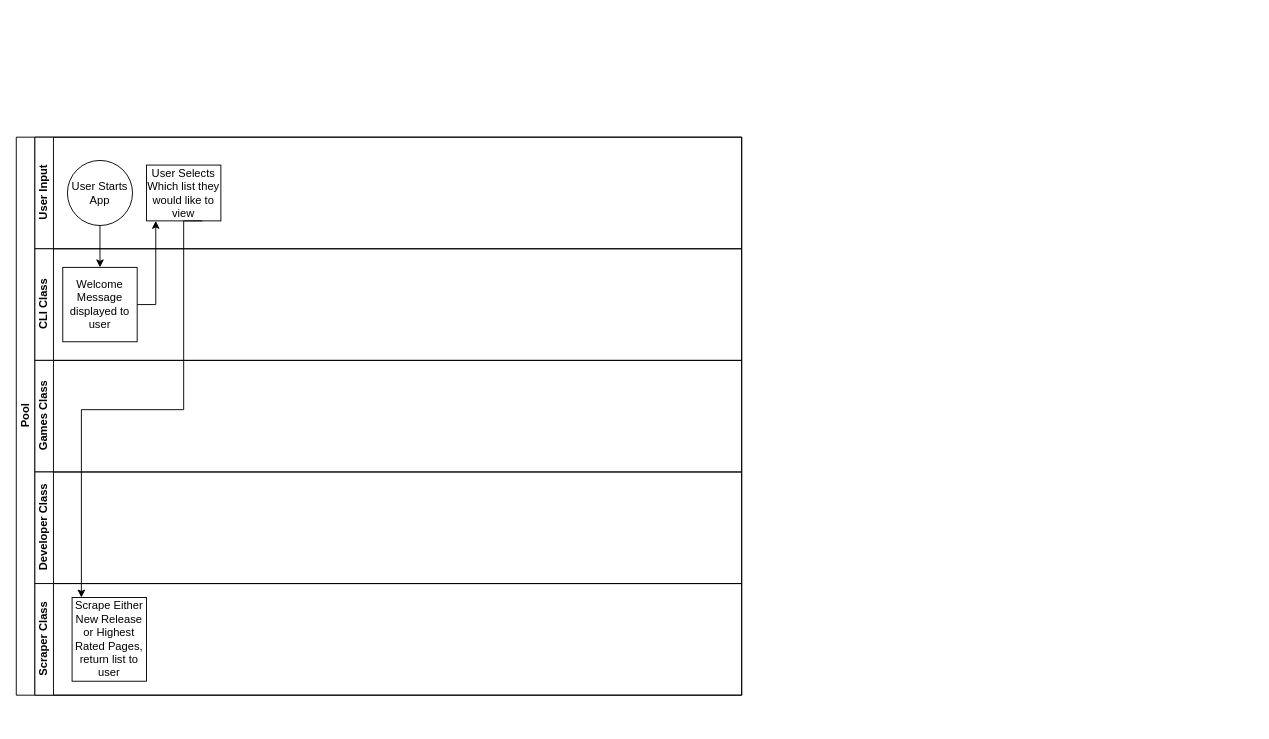
Before: SteamRoller_Outline.drawio in kingsley113/Cams-super-awesome-repository, a draw.io diagram. Source tidied: cells renumbered, new cells numbered last; positions are measured from the earlier drawing's top-left corner, leaving out a move shared by most shapes. Both pictures are drawn from the tidied source at 93%, with x=0, y=0 at pixel (16, 137).
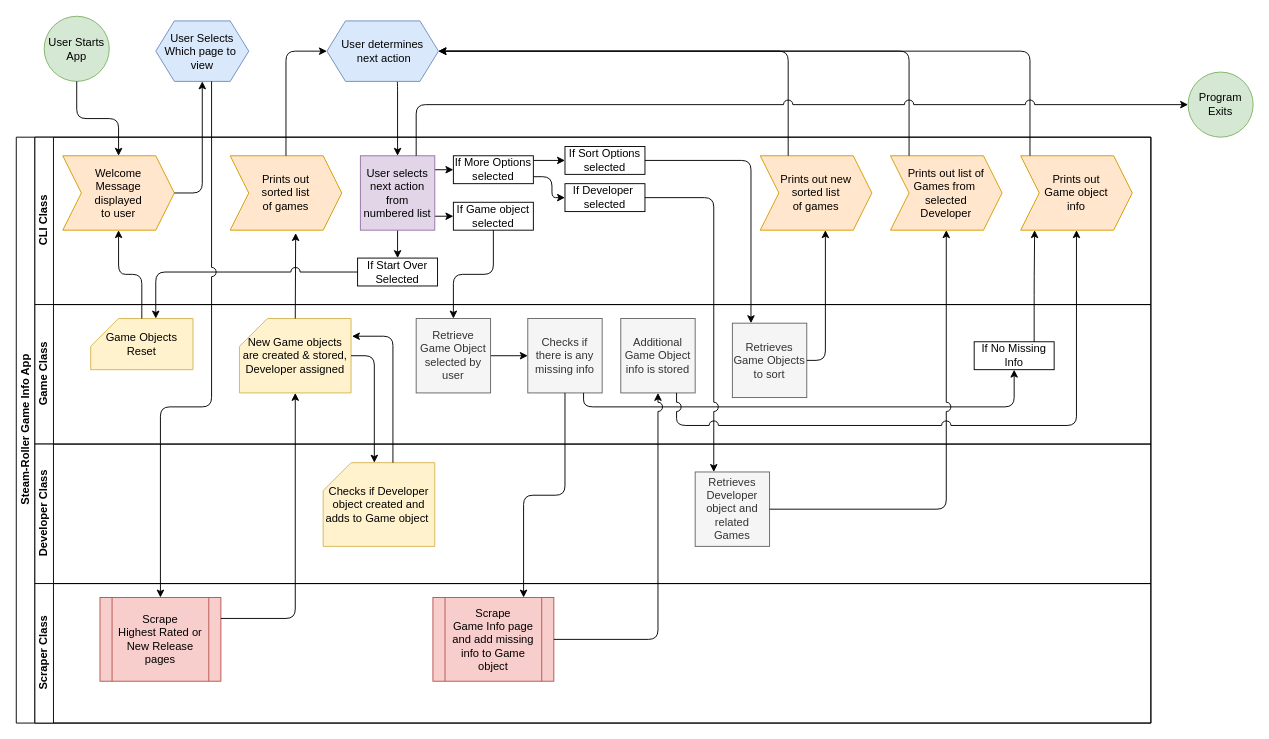
After the change.

Change to the diagram source:
```diff
@@
-    <mxCell id="2" value="Pool" style="swimlane;html=1;horizontal=0;startSize=20;" parent="1" vertex="1">
-      <mxGeometry width="780" height="600" as="geometry" />
+    <mxCell id="2" value="Steam-Roller Game Info App" style="swimlane;html=1;horizontal=0;startSize=20;" parent="1" vertex="1">
+      <mxGeometry width="1220" height="630" as="geometry" />
     </mxCell>
-    <mxCell id="3" value="User Input" style="swimlane;html=1;startSize=20;horizontal=0;" parent="2" vertex="1">
-      <mxGeometry x="20" width="760" height="120" as="geometry" />
-    </mxCell>
-    <mxCell id="4" value="User Starts App" style="ellipse;whiteSpace=wrap;html=1;" parent="3" vertex="1">
-      <mxGeometry x="35" y="25" width="70" height="70" as="geometry" />
-    </mxCell>
-    <mxCell id="5" value="User Selects Which list they would like to view" style="rounded=0;whiteSpace=wrap;html=1;fontFamily=Helvetica;fontSize=12;fontColor=#000000;align=center;" parent="3" vertex="1">
-      <mxGeometry x="120" y="30" width="80" height="60" as="geometry" />
-    </mxCell>
-    <mxCell id="6" value="CLI Class" style="swimlane;html=1;startSize=20;horizontal=0;" parent="2" vertex="1">
-      <mxGeometry x="20" y="120" width="760" height="120" as="geometry" />
+    <mxCell id="6" value="CLI Class" style="swimlane;html=1;startSize=20;horizontal=0;perimeterSpacing=1;glass=0;" parent="2" vertex="1">
+      <mxGeometry x="20" width="1200" height="180" as="geometry" />
     </mxCell>
-    <mxCell id="7" value="Welcome Message displayed to user" style="whiteSpace=wrap;html=1;" parent="6" vertex="1">
-      <mxGeometry x="30" y="20" width="80" height="80" as="geometry" />
+    <mxCell id="7" value="Welcome &lt;br&gt;Message &lt;br&gt;displayed &lt;br&gt;to user" style="shape=step;perimeter=stepPerimeter;whiteSpace=wrap;html=1;fixedSize=1;fontFamily=Helvetica;fontSize=12;fontColor=#000000;align=center;strokeColor=#d79b00;fillColor=#ffe6cc;" parent="6" vertex="1">
+      <mxGeometry x="30" y="20" width="120" height="80" as="geometry" />
     </mxCell>
+    <mxCell id="15" value="Prints out &lt;br&gt;sorted list &lt;br&gt;of games" style="shape=step;perimeter=stepPerimeter;whiteSpace=wrap;html=1;fixedSize=1;glass=0;fillColor=#ffe6cc;strokeColor=#d79b00;" parent="6" vertex="1">
+      <mxGeometry x="210" y="20" width="120" height="80" as="geometry" />
+    </mxCell>
+    <mxCell id="16" style="edgeStyle=orthogonalEdgeStyle;jettySize=auto;html=1;entryX=0;entryY=0.5;entryDx=0;entryDy=0;" parent="6" edge="1" target="22">
+      <mxGeometry relative="1" as="geometry">
+        <mxPoint x="430" y="35" as="sourcePoint" />
+        <Array as="points">
+          <mxPoint x="430" y="35" />
+        </Array>
+      </mxGeometry>
+    </mxCell>
+    <mxCell id="17" style="edgeStyle=orthogonalEdgeStyle;jettySize=auto;html=1;entryX=0;entryY=0.5;entryDx=0;entryDy=0;" parent="6" edge="1" target="23">
+      <mxGeometry relative="1" as="geometry">
+        <mxPoint x="430" y="85" as="sourcePoint" />
+        <Array as="points">
+          <mxPoint x="430" y="85" />
+        </Array>
+      </mxGeometry>
+    </mxCell>
+    <mxCell id="18" style="edgeStyle=orthogonalEdgeStyle;rounded=1;sketch=0;jumpStyle=arc;jumpSize=10;jettySize=auto;html=1;exitX=0.5;exitY=1;exitDx=0;exitDy=0;entryX=0.5;entryY=0;entryDx=0;entryDy=0;shadow=0;" parent="6" edge="1" source="19" target="29">
+      <mxGeometry relative="1" as="geometry" />
+    </mxCell>
+    <mxCell id="19" value="User selects next action from numbered list" style="whiteSpace=wrap;html=1;glass=0;fillColor=#e1d5e7;strokeColor=#9673a6;" parent="6" vertex="1">
+      <mxGeometry x="350" y="20" width="80" height="80" as="geometry" />
+    </mxCell>
+    <mxCell id="20" style="edgeStyle=orthogonalEdgeStyle;jettySize=auto;html=1;entryX=0;entryY=0.5;entryDx=0;entryDy=0;" parent="6" edge="1" target="24">
+      <mxGeometry relative="1" as="geometry">
+        <mxPoint x="536" y="25" as="sourcePoint" />
+        <Array as="points">
+          <mxPoint x="536" y="25" />
+        </Array>
+      </mxGeometry>
+    </mxCell>
+    <mxCell id="21" style="edgeStyle=orthogonalEdgeStyle;jettySize=auto;html=1;exitX=1;exitY=0.75;exitDx=0;exitDy=0;entryX=0;entryY=0.5;entryDx=0;entryDy=0;" parent="6" edge="1" source="22" target="25">
+      <mxGeometry relative="1" as="geometry" />
+    </mxCell>
+    <mxCell id="22" value="If More Options&lt;br&gt;selected" style="whiteSpace=wrap;html=1;fontFamily=Helvetica;fontSize=12;align=center;" parent="6" vertex="1">
+      <mxGeometry x="450" y="20" width="86" height="30" as="geometry" />
+    </mxCell>
+    <mxCell id="23" value="If Game object selected" style="whiteSpace=wrap;html=1;fontFamily=Helvetica;fontSize=12;align=center;" parent="6" vertex="1">
+      <mxGeometry x="450" y="70" width="86" height="30" as="geometry" />
+    </mxCell>
+    <mxCell id="24" value="If Sort Options&lt;br&gt;selected" style="whiteSpace=wrap;html=1;fontFamily=Helvetica;fontSize=12;align=center;" parent="6" vertex="1">
+      <mxGeometry x="570" y="10" width="86" height="30" as="geometry" />
+    </mxCell>
+    <mxCell id="25" value="If Developer&amp;nbsp;&lt;br&gt;selected" style="whiteSpace=wrap;html=1;fontFamily=Helvetica;fontSize=12;align=center;" parent="6" vertex="1">
+      <mxGeometry x="570" y="50" width="86" height="30" as="geometry" />
+    </mxCell>
+    <mxCell id="26" value="Prints out new &lt;br&gt;sorted list &lt;br&gt;of games" style="shape=step;perimeter=stepPerimeter;whiteSpace=wrap;html=1;fixedSize=1;glass=0;fillColor=#ffe6cc;strokeColor=#d79b00;" parent="6" vertex="1">
+      <mxGeometry x="780" y="20" width="120" height="80" as="geometry" />
+    </mxCell>
+    <mxCell id="27" value="Prints out list of Games from&amp;nbsp;&lt;br&gt;selected &lt;br&gt;Developer" style="shape=step;perimeter=stepPerimeter;whiteSpace=wrap;html=1;fixedSize=1;glass=0;fillColor=#ffe6cc;strokeColor=#d79b00;" parent="6" vertex="1">
+      <mxGeometry x="920" y="20" width="120" height="80" as="geometry" />
+    </mxCell>
+    <mxCell id="28" value="Prints out &lt;br&gt;Game object &lt;br&gt;info" style="shape=step;perimeter=stepPerimeter;whiteSpace=wrap;html=1;fixedSize=1;glass=0;fillColor=#ffe6cc;strokeColor=#d79b00;" parent="6" vertex="1">
+      <mxGeometry x="1060" y="20" width="120" height="80" as="geometry" />
+    </mxCell>
+    <mxCell id="29" value="If Start Over Selected" style="whiteSpace=wrap;html=1;fontFamily=Helvetica;fontSize=12;align=center;" parent="6" vertex="1">
+      <mxGeometry x="347" y="130" width="86" height="30" as="geometry" />
+    </mxCell>
-    <mxCell id="8" value="Games Class" style="swimlane;html=1;startSize=20;horizontal=0;" parent="2" vertex="1">
-      <mxGeometry x="20" y="240" width="760" height="120" as="geometry" />
+    <mxCell id="8" value="Game Class" style="swimlane;html=1;startSize=20;horizontal=0;glass=0;" parent="2" vertex="1">
+      <mxGeometry x="20" y="180" width="1200" height="150" as="geometry" />
     </mxCell>
+    <mxCell id="30" value="New Game objects are created &amp;amp; stored, Developer assigned" style="shape=card;whiteSpace=wrap;html=1;glass=0;fillColor=#fff2cc;strokeColor=#d6b656;" parent="8" vertex="1">
+      <mxGeometry x="220" y="15" width="120" height="80" as="geometry" />
+    </mxCell>
+    <mxCell id="31" style="edgeStyle=orthogonalEdgeStyle;jettySize=auto;html=1;entryX=0;entryY=0.5;entryDx=0;entryDy=0;" parent="8" edge="1" source="32" target="35">
+      <mxGeometry relative="1" as="geometry" />
+    </mxCell>
+    <mxCell id="32" value="Retrieve Game Object selected by user" style="whiteSpace=wrap;html=1;glass=0;fillColor=#f5f5f5;strokeColor=#666666;fontColor=#333333;" parent="8" vertex="1">
+      <mxGeometry x="410" y="15" width="80" height="80" as="geometry" />
+    </mxCell>
+    <mxCell id="33" value="Additional Game Object info is stored" style="whiteSpace=wrap;html=1;glass=0;fillColor=#f5f5f5;strokeColor=#666666;fontColor=#333333;" parent="8" vertex="1">
+      <mxGeometry x="630" y="15" width="80" height="80" as="geometry" />
+    </mxCell>
+    <mxCell id="34" value="Retrieves Game Objects to sort" style="whiteSpace=wrap;html=1;glass=0;fillColor=#f5f5f5;strokeColor=#666666;fontColor=#333333;" parent="8" vertex="1">
+      <mxGeometry x="750" y="20" width="80" height="80" as="geometry" />
+    </mxCell>
+    <mxCell id="35" value="Checks if there is any missing info" style="whiteSpace=wrap;html=1;glass=0;fillColor=#f5f5f5;strokeColor=#666666;fontColor=#333333;" parent="8" vertex="1">
+      <mxGeometry x="530" y="15" width="80" height="80" as="geometry" />
+    </mxCell>
+    <mxCell id="36" value="If No Missing Info" style="whiteSpace=wrap;html=1;fontFamily=Helvetica;fontSize=12;align=center;" parent="8" vertex="1">
+      <mxGeometry x="1010" y="40" width="86" height="30" as="geometry" />
+    </mxCell>
+    <mxCell id="37" style="edgeStyle=orthogonalEdgeStyle;jettySize=auto;html=1;exitX=0.75;exitY=1;exitDx=0;exitDy=0;entryX=0.5;entryY=1;entryDx=0;entryDy=0;jumpStyle=arc;jumpSize=10;shadow=0;sketch=0;" parent="8" edge="1" source="35" target="36">
+      <mxGeometry relative="1" as="geometry">
+        <Array as="points">
+          <mxPoint x="590" y="110" />
+          <mxPoint x="1053" y="110" />
+        </Array>
+      </mxGeometry>
+    </mxCell>
+    <mxCell id="38" value="Game Objects Reset" style="shape=card;whiteSpace=wrap;html=1;rounded=0;glass=0;sketch=0;fillColor=#fff2cc;strokeColor=#d6b656;" parent="8" vertex="1">
+      <mxGeometry x="60" y="15" width="110" height="55" as="geometry" />
+    </mxCell>
     <mxCell id="9" value="Developer Class" style="swimlane;html=1;startSize=20;horizontal=0;" parent="2" vertex="1">
-      <mxGeometry x="20" y="360" width="760" height="120" as="geometry" />
+      <mxGeometry x="20" y="330" width="1200" height="150" as="geometry" />
     </mxCell>
+    <mxCell id="39" value="Checks if Developer object created and adds to Game object&amp;nbsp;" style="shape=card;whiteSpace=wrap;html=1;glass=0;fillColor=#fff2cc;strokeColor=#d6b656;" parent="9" vertex="1">
+      <mxGeometry x="310" y="20" width="120" height="90" as="geometry" />
+    </mxCell>
+    <mxCell id="40" value="Retrieves Developer object and related Games" style="whiteSpace=wrap;html=1;glass=0;fillColor=#f5f5f5;strokeColor=#666666;fontColor=#333333;" parent="9" vertex="1">
+      <mxGeometry x="710" y="30" width="80" height="80" as="geometry" />
+    </mxCell>
     <mxCell id="10" value="Scraper Class" style="swimlane;html=1;startSize=20;horizontal=0;" parent="2" vertex="1">
-      <mxGeometry x="20" y="480" width="760" height="120" as="geometry" />
+      <mxGeometry x="20" y="480" width="1200" height="150" as="geometry" />
     </mxCell>
-    <mxCell id="11" value="Scrape Either New Release or Highest Rated Pages, return list to user" style="rounded=0;whiteSpace=wrap;html=1;fontFamily=Helvetica;fontSize=12;fontColor=#000000;align=center;" parent="10" vertex="1">
-      <mxGeometry x="40" y="15" width="80" height="90" as="geometry" />
+    <mxCell id="11" value="Scrape &lt;br&gt;Highest Rated or &lt;br&gt;New Release pages" style="shape=process;whiteSpace=wrap;html=1;backgroundOutline=1;fontFamily=Helvetica;fontSize=12;align=center;fillColor=#f8cecc;strokeColor=#b85450;" parent="10" vertex="1">
+      <mxGeometry x="70" y="15" width="130" height="90" as="geometry" />
     </mxCell>
+    <mxCell id="41" value="Scrape &lt;br&gt;Game Info page and add missing info to Game object" style="shape=process;whiteSpace=wrap;html=1;backgroundOutline=1;fontFamily=Helvetica;fontSize=12;align=center;fillColor=#f8cecc;strokeColor=#b85450;" parent="10" vertex="1">
+      <mxGeometry x="428" y="15" width="130" height="90" as="geometry" />
+    </mxCell>
+    <mxCell id="42" style="edgeStyle=orthogonalEdgeStyle;jettySize=auto;html=1;exitX=1;exitY=0.25;exitDx=0;exitDy=0;" parent="2" edge="1" source="11" target="30">
+      <mxGeometry relative="1" as="geometry" />
+    </mxCell>
+    <mxCell id="43" style="edgeStyle=orthogonalEdgeStyle;jettySize=auto;html=1;exitX=1;exitY=0.5;exitDx=0;exitDy=0;exitPerimeter=0;entryX=0;entryY=0;entryDx=55;entryDy=0;entryPerimeter=0;" parent="2" edge="1" source="30" target="39">
+      <mxGeometry relative="1" as="geometry" />
+    </mxCell>
+    <mxCell id="44" style="edgeStyle=orthogonalEdgeStyle;jettySize=auto;html=1;exitX=0;exitY=0;exitDx=75;exitDy=0;exitPerimeter=0;entryX=1.008;entryY=0.238;entryDx=0;entryDy=0;entryPerimeter=0;" parent="2" edge="1" source="39" target="30">
+      <mxGeometry relative="1" as="geometry" />
+    </mxCell>
+    <mxCell id="45" style="edgeStyle=orthogonalEdgeStyle;jettySize=auto;html=1;exitX=1;exitY=0.5;exitDx=0;exitDy=0;jumpStyle=arc;jumpSize=10;" parent="2" edge="1" source="41" target="33">
+      <mxGeometry relative="1" as="geometry" />
+    </mxCell>
+    <mxCell id="46" style="edgeStyle=orthogonalEdgeStyle;jettySize=auto;html=1;entryX=0.25;entryY=0;entryDx=0;entryDy=0;exitX=1;exitY=0.5;exitDx=0;exitDy=0;jumpStyle=arc;jumpSize=10;" parent="2" edge="1" source="25" target="40">
+      <mxGeometry relative="1" as="geometry" />
+    </mxCell>
+    <mxCell id="47" style="edgeStyle=orthogonalEdgeStyle;jettySize=auto;html=1;entryX=0.25;entryY=0;entryDx=0;entryDy=0;" parent="2" edge="1" source="24" target="34">
+      <mxGeometry relative="1" as="geometry" />
+    </mxCell>
+    <mxCell id="48" style="edgeStyle=orthogonalEdgeStyle;jettySize=auto;html=1;exitX=1;exitY=0.5;exitDx=0;exitDy=0;rounded=1;" parent="2" edge="1" source="34">
+      <mxGeometry relative="1" as="geometry">
+        <mxPoint x="870" y="100" as="targetPoint" />
+        <Array as="points">
+          <mxPoint x="870" y="240" />
+        </Array>
+      </mxGeometry>
+    </mxCell>
+    <mxCell id="49" style="edgeStyle=orthogonalEdgeStyle;jettySize=auto;html=1;entryX=0.5;entryY=1;entryDx=0;entryDy=0;jumpStyle=arc;jumpSize=10;" parent="2" edge="1" source="40" target="27">
+      <mxGeometry relative="1" as="geometry" />
+    </mxCell>
+    <mxCell id="50" style="edgeStyle=orthogonalEdgeStyle;jettySize=auto;html=1;exitX=0.75;exitY=1;exitDx=0;exitDy=0;entryX=0.5;entryY=1;entryDx=0;entryDy=0;jumpStyle=arc;jumpSize=10;" parent="2" edge="1" source="33" target="28">
+      <mxGeometry relative="1" as="geometry">
+        <Array as="points">
+          <mxPoint x="710" y="310" />
+          <mxPoint x="1140" y="310" />
+        </Array>
+      </mxGeometry>
+    </mxCell>
+    <mxCell id="51" style="edgeStyle=orthogonalEdgeStyle;jettySize=auto;html=1;entryX=0.75;entryY=0;entryDx=0;entryDy=0;" parent="2" edge="1" source="35" target="41">
+      <mxGeometry relative="1" as="geometry" />
+    </mxCell>
+    <mxCell id="52" style="edgeStyle=orthogonalEdgeStyle;curved=0;rounded=1;sketch=0;jettySize=auto;html=1;exitX=0.75;exitY=0;exitDx=0;exitDy=0;entryX=0.125;entryY=1;entryDx=0;entryDy=0;entryPerimeter=0;" parent="2" edge="1" source="36" target="28">
+      <mxGeometry relative="1" as="geometry" />
+    </mxCell>
+    <mxCell id="53" style="edgeStyle=orthogonalEdgeStyle;rounded=1;sketch=0;jumpStyle=arc;jumpSize=10;jettySize=auto;html=1;entryX=0.587;entryY=1.039;entryDx=0;entryDy=0;entryPerimeter=0;shadow=0;" parent="2" edge="1" source="30" target="15">
+      <mxGeometry relative="1" as="geometry" />
+    </mxCell>
+    <mxCell id="54" style="edgeStyle=orthogonalEdgeStyle;rounded=1;sketch=0;jumpStyle=arc;jumpSize=10;jettySize=auto;html=1;entryX=0.5;entryY=0;entryDx=0;entryDy=0;shadow=0;" parent="2" edge="1" source="23" target="32">
+      <mxGeometry relative="1" as="geometry" />
+    </mxCell>
+    <mxCell id="55" style="edgeStyle=orthogonalEdgeStyle;rounded=1;sketch=0;jumpStyle=arc;jumpSize=10;jettySize=auto;html=1;entryX=0;entryY=0;entryDx=70;entryDy=0;entryPerimeter=0;shadow=0;" parent="2" edge="1" source="29" target="38">
+      <mxGeometry relative="1" as="geometry" />
+    </mxCell>
+    <mxCell id="56" style="edgeStyle=orthogonalEdgeStyle;rounded=1;sketch=0;jumpStyle=arc;jumpSize=10;jettySize=auto;html=1;entryX=0.5;entryY=1;entryDx=0;entryDy=0;shadow=0;" parent="2" edge="1" source="38" target="7">
+      <mxGeometry relative="1" as="geometry" />
+    </mxCell>
+    <mxCell id="4" value="User Starts App" style="ellipse;whiteSpace=wrap;html=1;fillColor=#d5e8d4;strokeColor=#82b366;" parent="1" vertex="1">
+      <mxGeometry x="30" y="-130" width="70" height="70" as="geometry" />
+    </mxCell>
-    <mxCell id="12" style="edgeStyle=orthogonalEdgeStyle;rounded=0;jettySize=auto;html=1;entryX=0.5;entryY=0;entryDx=0;entryDy=0;" parent="2" edge="1" source="4" target="7">
+    <mxCell id="12" style="edgeStyle=orthogonalEdgeStyle;jettySize=auto;html=1;entryX=0.5;entryY=0;entryDx=0;entryDy=0;" parent="1" edge="1" source="4" target="7">
       <mxGeometry relative="1" as="geometry" />
     </mxCell>
+    <mxCell id="5" value="User Selects Which page to&amp;nbsp;&lt;br&gt;view" style="shape=hexagon;perimeter=hexagonPerimeter2;whiteSpace=wrap;html=1;fixedSize=1;fontFamily=Helvetica;fontSize=12;align=center;spacingRight=0;fillColor=#dae8fc;strokeColor=#6c8ebf;" parent="1" vertex="1">
+      <mxGeometry x="150" y="-125" width="100" height="65" as="geometry" />
+    </mxCell>
-    <mxCell id="13" style="edgeStyle=orthogonalEdgeStyle;rounded=0;jettySize=auto;html=1;" parent="2" edge="1" source="7">
+    <mxCell id="13" style="edgeStyle=orthogonalEdgeStyle;jettySize=auto;html=1;exitX=1;exitY=0.5;exitDx=0;exitDy=0;" parent="1" edge="1" source="7">
       <mxGeometry relative="1" as="geometry">
-        <mxPoint x="150" y="90" as="targetPoint" />
+        <mxPoint x="200" y="-60" as="targetPoint" />
         <Array as="points">
-          <mxPoint x="150" y="180" />
-          <mxPoint x="150" y="90" />
+          <mxPoint x="200" y="60" />
         </Array>
       </mxGeometry>
     </mxCell>
-    <mxCell id="14" style="edgeStyle=orthogonalEdgeStyle;rounded=0;jettySize=auto;html=1;exitX=0.75;exitY=1;exitDx=0;exitDy=0;" parent="2" edge="1" source="5">
+    <mxCell id="14" style="edgeStyle=orthogonalEdgeStyle;jettySize=auto;html=1;entryX=0.5;entryY=0;entryDx=0;entryDy=0;jumpStyle=arc;jumpSize=10;" parent="1" edge="1" target="11">
       <mxGeometry relative="1" as="geometry">
-        <mxPoint x="70" y="495" as="targetPoint" />
+        <mxPoint x="210" y="-60" as="sourcePoint" />
         <Array as="points">
-          <mxPoint x="180" y="90" />
-          <mxPoint x="180" y="293" />
-          <mxPoint x="70" y="293" />
-          <mxPoint x="70" y="495" />
+          <mxPoint x="210" y="-60" />
+          <mxPoint x="210" y="290" />
+          <mxPoint x="155" y="290" />
         </Array>
       </mxGeometry>
     </mxCell>
+    <mxCell id="57" style="edgeStyle=orthogonalEdgeStyle;jettySize=auto;html=1;exitX=0.625;exitY=1;exitDx=0;exitDy=0;entryX=0.5;entryY=0;entryDx=0;entryDy=0;" parent="1" edge="1" source="58" target="19">
+      <mxGeometry relative="1" as="geometry">
+        <Array as="points">
+          <mxPoint x="410" y="-60" />
+        </Array>
+      </mxGeometry>
+    </mxCell>
+    <mxCell id="58" value="User determines&lt;br&gt;&amp;nbsp;next action" style="shape=hexagon;perimeter=hexagonPerimeter2;whiteSpace=wrap;html=1;fixedSize=1;glass=0;fillColor=#dae8fc;strokeColor=#6c8ebf;" parent="1" vertex="1">
+      <mxGeometry x="334" y="-125" width="120" height="65" as="geometry" />
+    </mxCell>
+    <mxCell id="59" style="edgeStyle=orthogonalEdgeStyle;jettySize=auto;html=1;exitX=0.5;exitY=0;exitDx=0;exitDy=0;entryX=0;entryY=0.5;entryDx=0;entryDy=0;" parent="1" edge="1" source="15" target="58">
+      <mxGeometry relative="1" as="geometry" />
+    </mxCell>
+    <mxCell id="60" style="edgeStyle=orthogonalEdgeStyle;jettySize=auto;html=1;entryX=1;entryY=0.5;entryDx=0;entryDy=0;jumpStyle=arc;jumpSize=10;" parent="1" edge="1" source="27" target="58">
+      <mxGeometry relative="1" as="geometry">
+        <Array as="points">
+          <mxPoint x="960" y="-92" />
+        </Array>
+      </mxGeometry>
+    </mxCell>
+    <mxCell id="61" style="edgeStyle=orthogonalEdgeStyle;jettySize=auto;html=1;entryX=1;entryY=0.5;entryDx=0;entryDy=0;jumpStyle=arc;jumpSize=10;" parent="1" edge="1" source="26" target="58">
+      <mxGeometry relative="1" as="geometry">
+        <Array as="points">
+          <mxPoint x="830" y="-92" />
+        </Array>
+      </mxGeometry>
+    </mxCell>
+    <mxCell id="62" style="edgeStyle=orthogonalEdgeStyle;jettySize=auto;html=1;entryX=1;entryY=0.5;entryDx=0;entryDy=0;jumpStyle=arc;jumpSize=10;" parent="1" edge="1" source="28" target="58">
+      <mxGeometry relative="1" as="geometry">
+        <Array as="points">
+          <mxPoint x="1090" y="-92" />
+        </Array>
+      </mxGeometry>
+    </mxCell>
+    <mxCell id="63" value="Program Exits" style="ellipse;whiteSpace=wrap;html=1;fillColor=#d5e8d4;strokeColor=#82b366;" parent="1" vertex="1">
+      <mxGeometry x="1260" y="-70" width="70" height="70" as="geometry" />
+    </mxCell>
+    <mxCell id="64" style="edgeStyle=orthogonalEdgeStyle;jettySize=auto;html=1;exitX=0.75;exitY=0;exitDx=0;exitDy=0;entryX=0;entryY=0.5;entryDx=0;entryDy=0;jumpStyle=arc;jumpSize=10;" parent="1" edge="1" source="19" target="63">
+      <mxGeometry relative="1" as="geometry" />
+    </mxCell>
```
